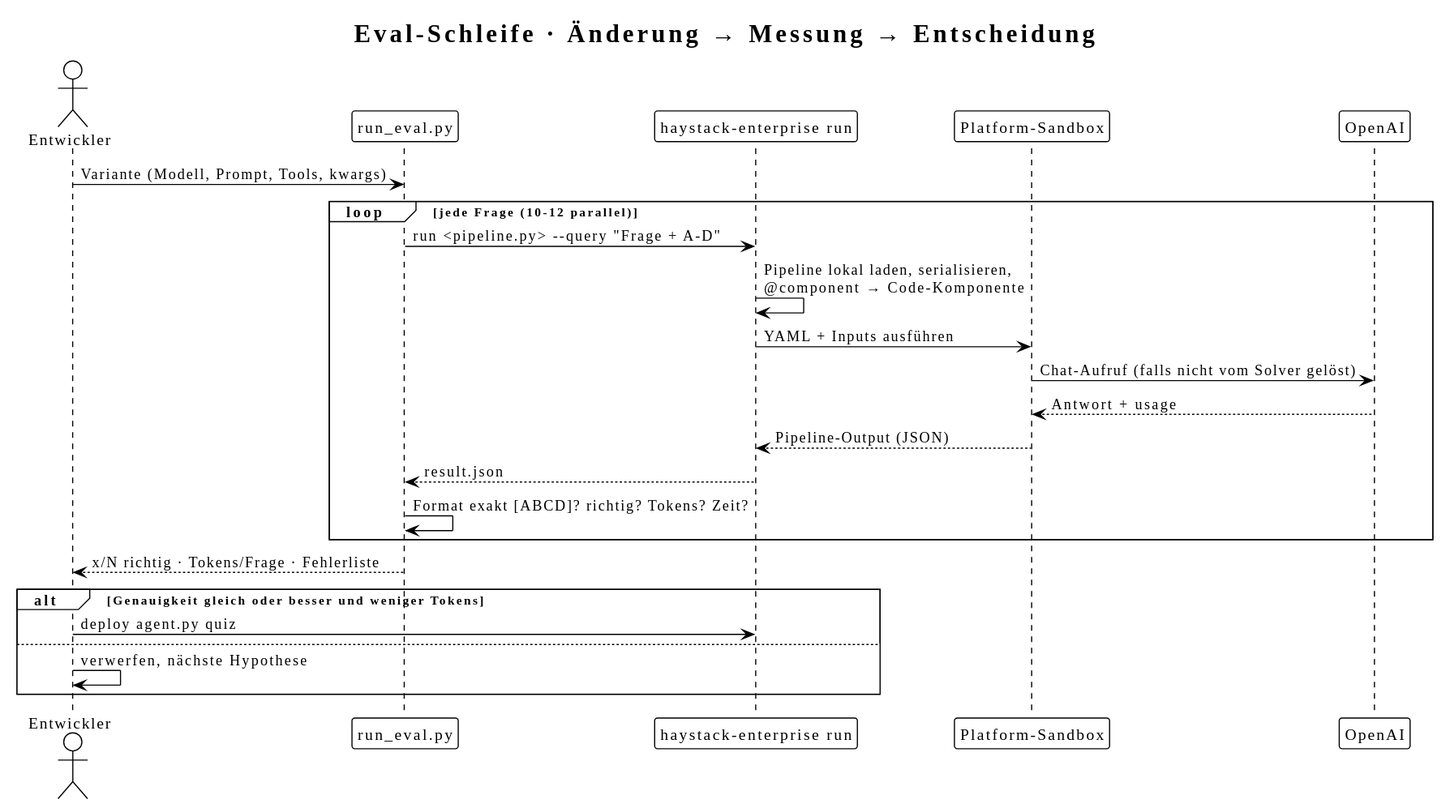
ma3u/hacknight keeps this PlantUML diagram as docs/diagrams/eval-loop.svg. Above is the earlier version.
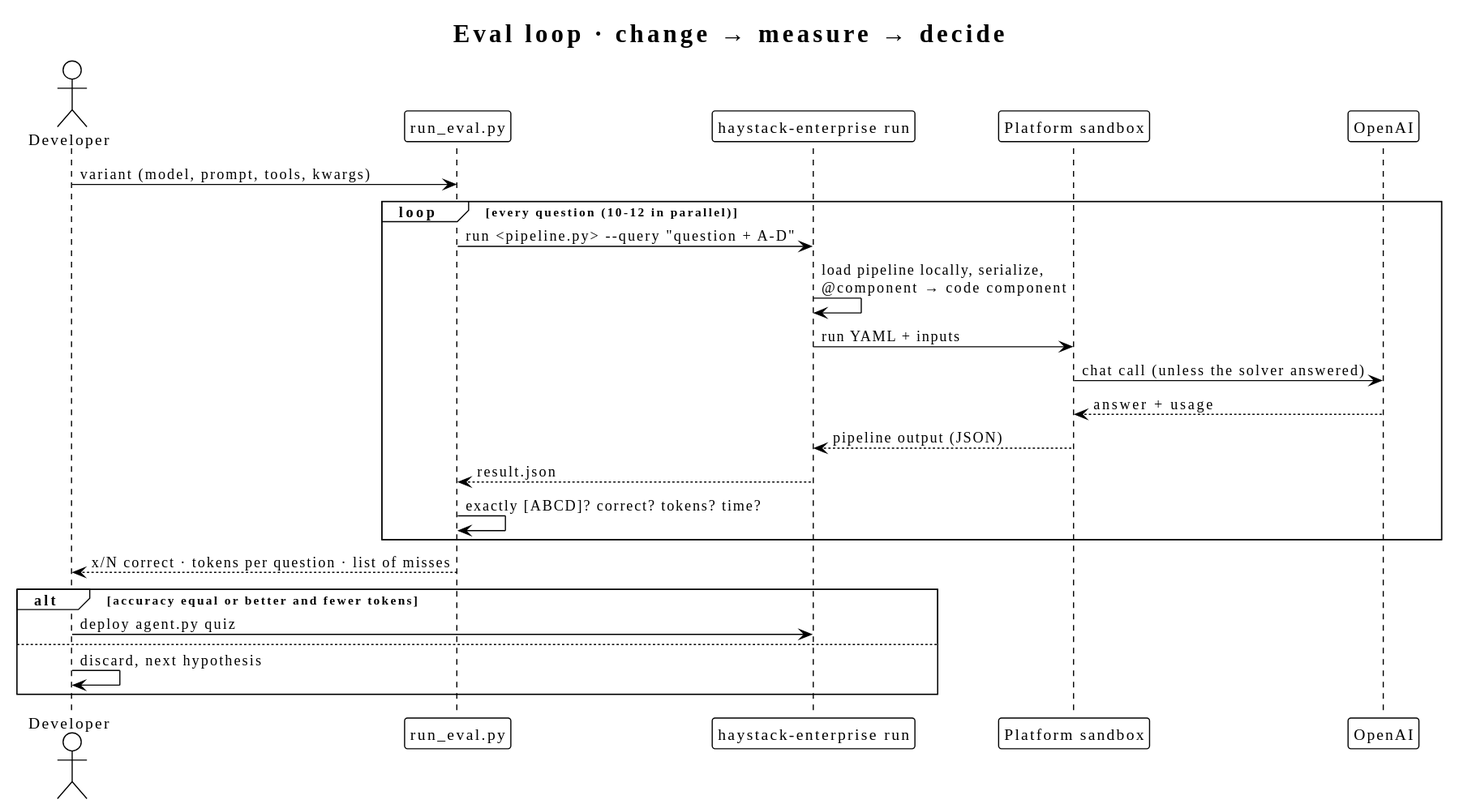
Later version of the same file.

Diff of the diagram source:
```diff
@@ -1,29 +1,29 @@
 @startuml
 !theme plain
 skinparam shadowing false
-title Eval-Schleife · Änderung → Messung → Entscheidung
+title Eval loop · change → measure → decide
 
-actor Entwickler as Dev
+actor Developer as Dev
 participant "run_eval.py" as Eval
 participant "haystack-enterprise run" as CLI
-participant "Platform-Sandbox" as SB
+participant "Platform sandbox" as SB
 participant "OpenAI" as OAI
 
-Dev -> Eval : Variante (Modell, Prompt, Tools, kwargs)
-loop jede Frage (10-12 parallel)
-  Eval -> CLI : run <pipeline.py> --query "Frage + A-D"
-  CLI -> CLI : Pipeline lokal laden, serialisieren,\n@component → Code-Komponente
-  CLI -> SB : YAML + Inputs ausführen
-  SB -> OAI : Chat-Aufruf (falls nicht vom Solver gelöst)
-  OAI --> SB : Antwort + usage
-  SB --> CLI : Pipeline-Output (JSON)
+Dev -> Eval : variant (model, prompt, tools, kwargs)
+loop every question (10-12 in parallel)
+  Eval -> CLI : run <pipeline.py> --query "question + A-D"
+  CLI -> CLI : load pipeline locally, serialize,\n@component → code component
+  CLI -> SB : run YAML + inputs
+  SB -> OAI : chat call (unless the solver answered)
+  OAI --> SB : answer + usage
+  SB --> CLI : pipeline output (JSON)
   CLI --> Eval : result.json
-  Eval -> Eval : Format exakt [ABCD]? richtig? Tokens? Zeit?
+  Eval -> Eval : exactly [ABCD]? correct? tokens? time?
 end
-Eval --> Dev : x/N richtig · Tokens/Frage · Fehlerliste
-alt Genauigkeit gleich oder besser und weniger Tokens
+Eval --> Dev : x/N correct · tokens per question · list of misses
+alt accuracy equal or better and fewer tokens
   Dev -> CLI : deploy agent.py quiz
 else
-  Dev -> Dev : verwerfen, nächste Hypothese
+  Dev -> Dev : discard, next hypothesis
 end
 @enduml
```
